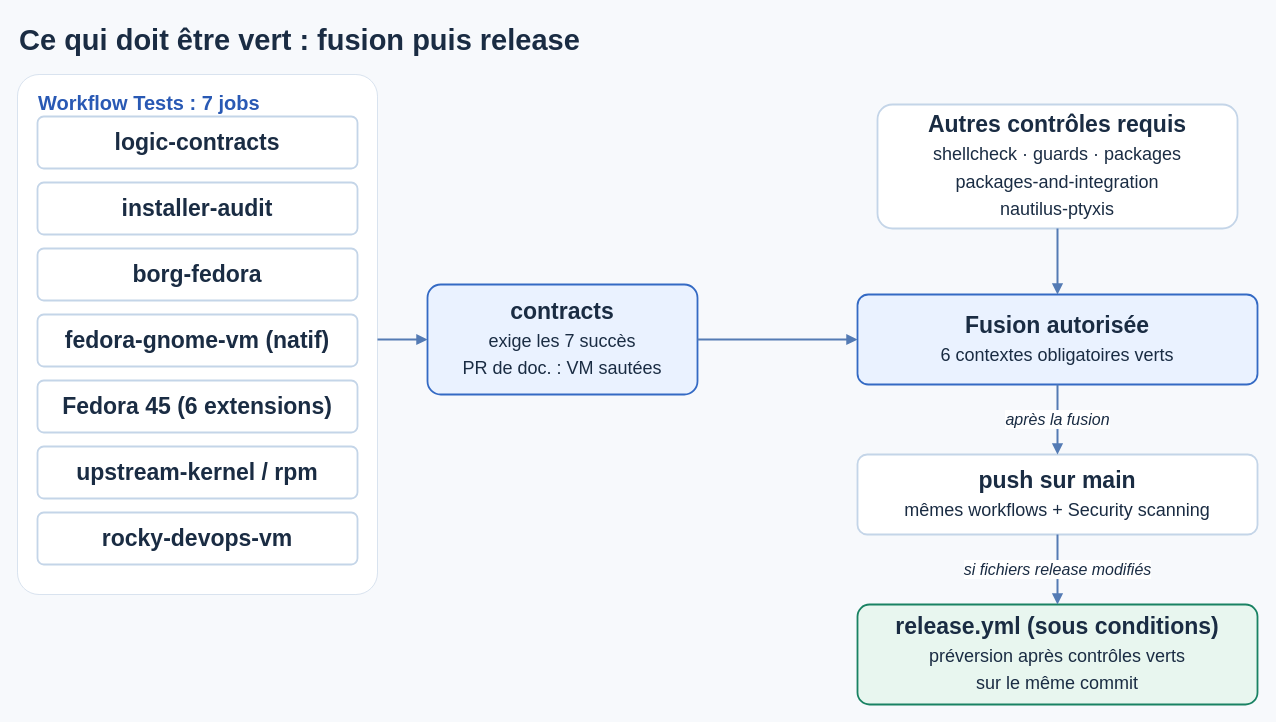
Before: docs/assets/diagrams/ci-fusion-release.drawio in mathiasseguincadiche/FEDORA_GNOME_CUSTOM, a draw.io diagram. Source tidied: cells renumbered, new cells numbered last; positions are measured from the earlier drawing's top-left corner, leaving out a move shared by most shapes. Both pictures are drawn from the tidied source at 100%, with x=0, y=0 at pixel (17, 17).
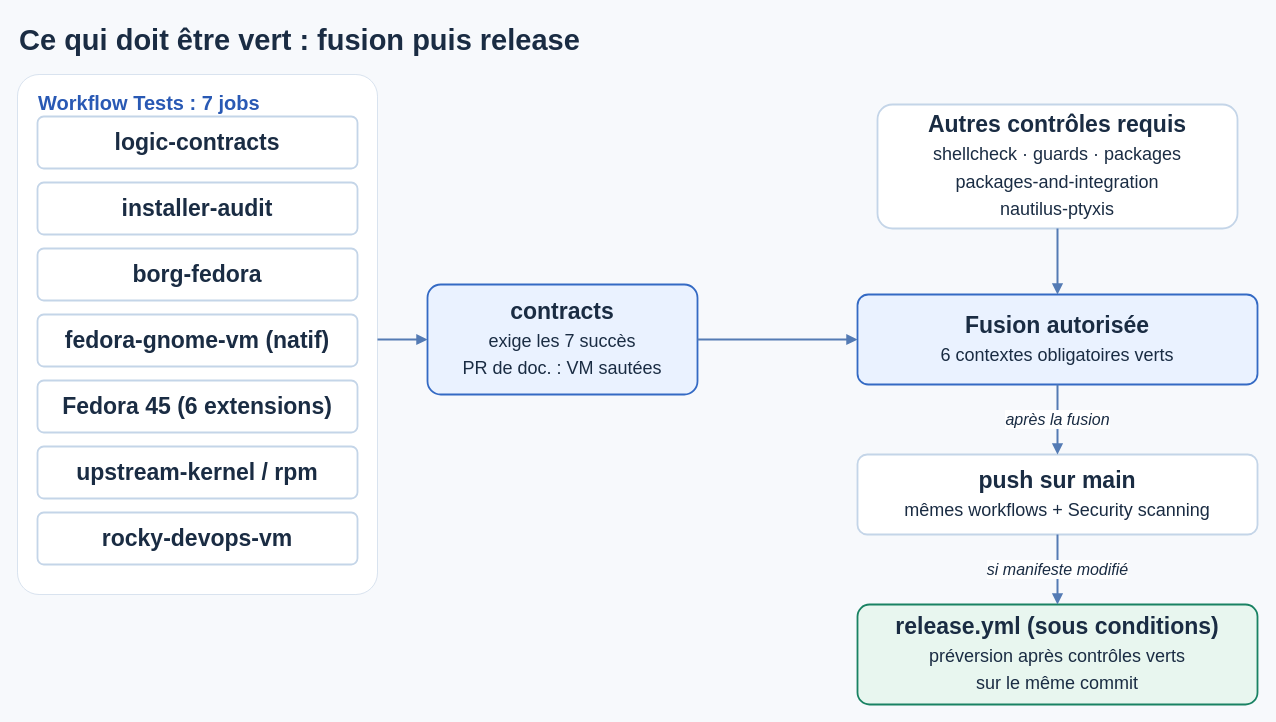
Above is the later version.

The change refers to these unchanged cells:
```xml
<mxCell id="14" value="&lt;b&gt;push sur main&lt;/b&gt;&lt;br&gt;&lt;span style=&quot;font-size:18px&quot;&gt;mêmes workflows + Security scanning&lt;/span&gt;" style="rounded=1;arcSize=12;whiteSpace=wrap;html=1;fillColor=#FFFFFF;strokeColor=#C4D5E8;strokeWidth=1.8;fontColor=#1A2C43;fontSize=23;fontFamily=Arial;" parent="1" vertex="1">
  <mxGeometry x="840" y="437" width="400" height="80" as="geometry" />
</mxCell>
<mxCell id="15" value="&lt;b&gt;release.yml (sous conditions)&lt;/b&gt;&lt;br&gt;&lt;span style=&quot;font-size:18px&quot;&gt;préversion après contrôles verts&lt;/span&gt;&lt;br&gt;&lt;span style=&quot;font-size:18px&quot;&gt;sur le même commit&lt;/span&gt;" style="rounded=1;arcSize=12;whiteSpace=wrap;html=1;fillColor=#E8F6EF;strokeColor=#198263;strokeWidth=1.8;fontColor=#1A2C43;fontSize=23;fontFamily=Arial;" parent="1" vertex="1">
  <mxGeometry x="840" y="587" width="400" height="100" as="geometry" />
</mxCell>
```

The edit, as a diff of the source:
```diff
@@
-    <mxCell id="20" value="si fichiers release modifiés" style="endArrow=block;endFill=1;html=1;strokeColor=#547BB4;strokeWidth=2;fontColor=#1A2C43;fontSize=16;fontStyle=2;fontFamily=Arial;labelBackgroundColor=#FFFFFF;exitX=0.5000;exitY=1.0000;exitDx=0;exitDy=0;entryX=0.5000;entryY=0.0000;entryDx=0;entryDy=0;" parent="1" edge="1" source="14" target="15">
+    <mxCell id="20" value="si manifeste modifié" style="endArrow=block;endFill=1;html=1;strokeColor=#547BB4;strokeWidth=2;fontColor=#1A2C43;fontSize=16;fontStyle=2;fontFamily=Arial;labelBackgroundColor=#FFFFFF;exitX=0.5000;exitY=1.0000;exitDx=0;exitDy=0;entryX=0.5000;entryY=0.0000;entryDx=0;entryDy=0;" parent="1" edge="1" source="14" target="15">
       <mxGeometry relative="1" as="geometry" />
     </mxCell>
```
